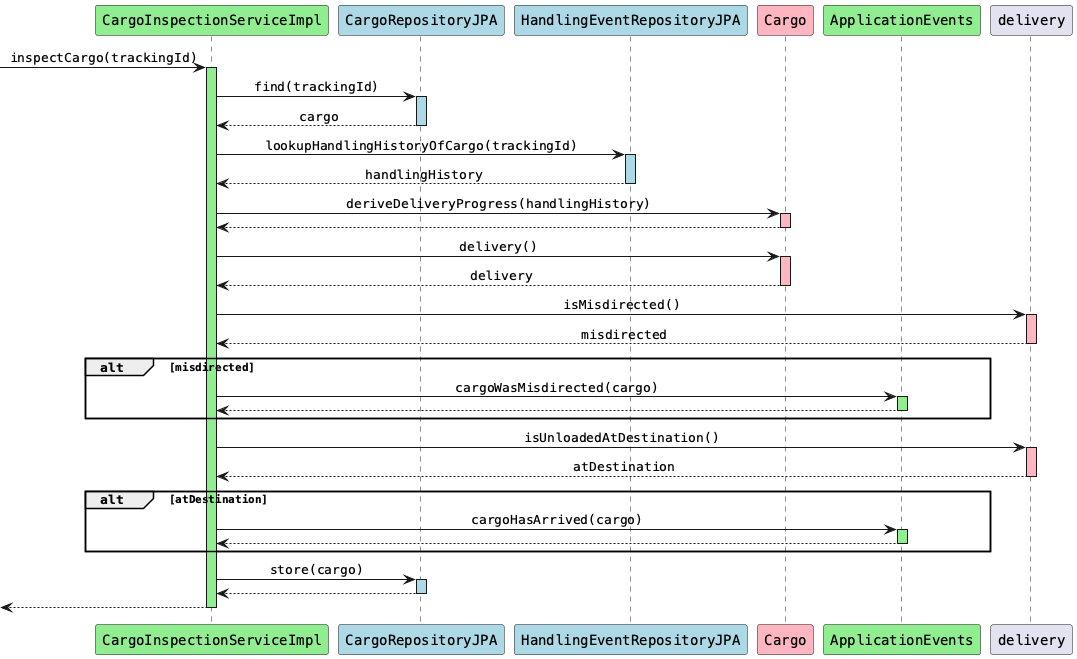
Before: src/site/resources/diagrams/CargoInspectionServiceImpl_inspectCargo.png, a diagram exported from PlantUML (aowss/dddsample-core).
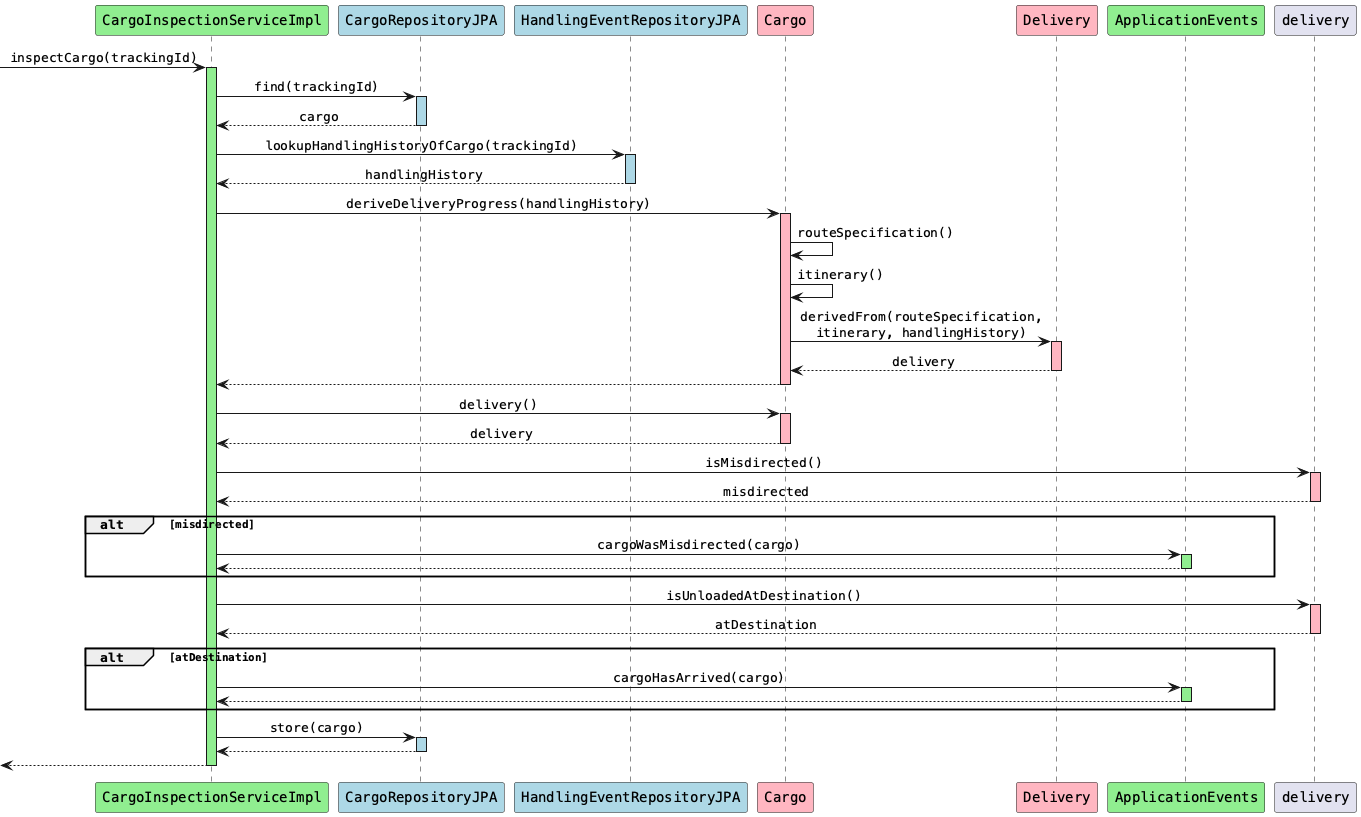
The same file after the commit.

The edit, as a diff of the source:
```diff
@@ -7,6 +7,7 @@
 participant "CargoRepositoryJPA" as cr #lightblue
 participant "HandlingEventRepositoryJPA" as her #lightblue
 participant "Cargo" as c #lightpink
+participant "Delivery" as d #lightpink
 participant "ApplicationEvents" as ae #lightgreen
 
 [-> cis: inspectCargo(trackingId)
@@ -24,6 +25,15 @@
 
 cis -> c: deriveDeliveryProgress(handlingHistory)
 activate c #lightpink
+
+c -> c: routeSpecification()
+c -> c: itinerary()
+
+c -> d: derivedFrom(routeSpecification,\nitinerary, handlingHistory)
+activate d #lightpink
+d --> c: delivery
+deactivate d
+
 c --> cis
 deactivate c
 
```
